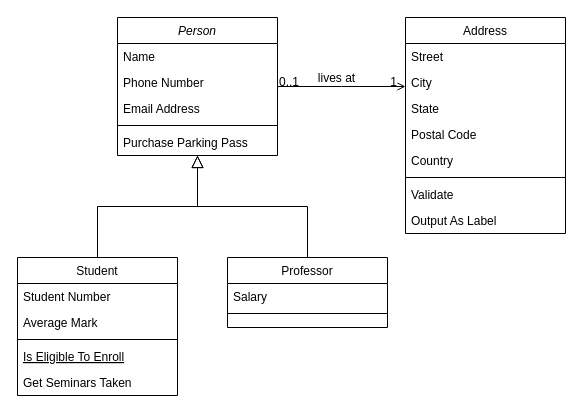
This is Diagramma senza titolo.drawio from FRANCO8724/Casino_Royale, a draw.io file, before an edit. Source tidied: cells renumbered, new cells numbered last; positions are measured from the earlier drawing's top-left corner, leaving out a move shared by most shapes. Both pictures are drawn from the tidied source at 100%, with x=0, y=0 at pixel (17, 17).
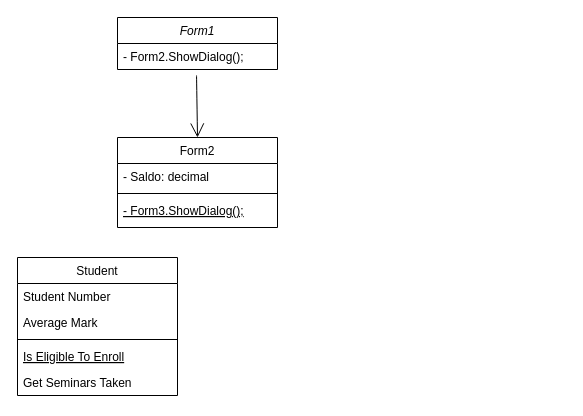
The same page after the edit.

The change refers to these unchanged cells:
```xml
<mxCell id="8" value="Student" style="swimlane;fontStyle=0;align=center;verticalAlign=top;horizontal=1;startSize=26;rounded=0;shadow=0;strokeWidth=1;" parent="1" vertex="1">
  <mxGeometry y="240" width="160" height="138" as="geometry" />
</mxCell>
```

The edit, as a diff of the source:
```diff
@@
-    <mxCell id="2" value="Person" style="swimlane;fontStyle=2;align=center;verticalAlign=top;horizontal=1;startSize=26;rounded=0;shadow=0;strokeWidth=1;" parent="1" vertex="1">
-      <mxGeometry x="100" width="160" height="138" as="geometry" />
+    <mxCell id="2" value="Form1" style="swimlane;fontStyle=2;align=center;verticalAlign=top;horizontal=1;startSize=26;rounded=0;shadow=0;strokeWidth=1;" parent="1" vertex="1">
+      <mxGeometry x="100" width="160" height="52" as="geometry" />
     </mxCell>
-    <mxCell id="3" value="Name" style="text;align=left;verticalAlign=top;spacingLeft=4;spacingRight=4;overflow=hidden;" parent="2" vertex="1">
-      <mxGeometry y="26" width="160" height="26" as="geometry" />
-    </mxCell>
-    <mxCell id="4" value="Phone Number" style="text;align=left;verticalAlign=top;spacingLeft=4;spacingRight=4;overflow=hidden;rounded=0;shadow=0;html=0;" parent="2" vertex="1">
-      <mxGeometry y="52" width="160" height="26" as="geometry" />
-    </mxCell>
-    <mxCell id="5" value="Email Address" style="text;align=left;verticalAlign=top;spacingLeft=4;spacingRight=4;overflow=hidden;rounded=0;shadow=0;html=0;" parent="2" vertex="1">
-      <mxGeometry y="78" width="160" height="26" as="geometry" />
-    </mxCell>
-    <mxCell id="6" style="line;html=1;strokeWidth=1;align=left;verticalAlign=middle;spacingTop=-1;spacingLeft=3;spacingRight=3;labelPosition=right;" parent="2" vertex="1">
-      <mxGeometry y="104" width="160" height="8" as="geometry" />
-    </mxCell>
-    <mxCell id="7" value="Purchase Parking Pass" style="text;align=left;verticalAlign=top;spacingLeft=4;spacingRight=4;overflow=hidden;points=[[0,0.5],[1,0.5]];portConstraint=eastwest;" parent="2" vertex="1">
-      <mxGeometry y="112" width="160" height="26" as="geometry" />
+    <mxCell id="7" value="- Form2.ShowDialog();" style="text;align=left;verticalAlign=top;spacingLeft=4;spacingRight=4;overflow=hidden;points=[[0,0.5],[1,0.5]];portConstraint=eastwest;" parent="2" vertex="1">
+      <mxGeometry y="26" width="160" height="26" as="geometry" />
     </mxCell>
@@
-    <mxCell id="14" style="endArrow=block;endSize=10;endFill=0;shadow=0;strokeWidth=1;rounded=0;curved=0;edgeStyle=elbowEdgeStyle;elbow=vertical;" parent="1" edge="1" source="8" target="2">
-      <mxGeometry relative="1" as="geometry" />
-    </mxCell>
-    <mxCell id="15" value="Professor" style="swimlane;fontStyle=0;align=center;verticalAlign=top;horizontal=1;startSize=26;rounded=0;shadow=0;strokeWidth=1;" parent="1" vertex="1">
-      <mxGeometry x="210" y="240" width="160" height="70" as="geometry" />
+    <mxCell id="15" value="Form2" style="swimlane;fontStyle=0;align=center;verticalAlign=top;horizontal=1;startSize=26;rounded=0;shadow=0;strokeWidth=1;" parent="1" vertex="1">
+      <mxGeometry x="100" y="120" width="160" height="90" as="geometry" />
     </mxCell>
-    <mxCell id="16" value="Salary" style="text;align=left;verticalAlign=top;spacingLeft=4;spacingRight=4;overflow=hidden;" parent="15" vertex="1">
+    <mxCell id="16" value="- Saldo: decimal" style="text;align=left;verticalAlign=top;spacingLeft=4;spacingRight=4;overflow=hidden;" parent="15" vertex="1">
       <mxGeometry y="26" width="160" height="26" as="geometry" />
     </mxCell>
@@
-    <mxCell id="18" style="endArrow=block;endSize=10;endFill=0;shadow=0;strokeWidth=1;rounded=0;curved=0;edgeStyle=elbowEdgeStyle;elbow=vertical;" parent="1" edge="1" source="15" target="2">
-      <mxGeometry relative="1" as="geometry" />
-    </mxCell>
-    <mxCell id="19" value="Address" style="swimlane;fontStyle=0;align=center;verticalAlign=top;horizontal=1;startSize=26;rounded=0;shadow=0;strokeWidth=1;" parent="1" vertex="1">
-      <mxGeometry x="388" width="160" height="216" as="geometry" />
-    </mxCell>
-    <mxCell id="20" value="Street" style="text;align=left;verticalAlign=top;spacingLeft=4;spacingRight=4;overflow=hidden;" parent="19" vertex="1">
-      <mxGeometry y="26" width="160" height="26" as="geometry" />
-    </mxCell>
-    <mxCell id="21" value="City" style="text;align=left;verticalAlign=top;spacingLeft=4;spacingRight=4;overflow=hidden;rounded=0;shadow=0;html=0;" parent="19" vertex="1">
-      <mxGeometry y="52" width="160" height="26" as="geometry" />
-    </mxCell>
-    <mxCell id="22" value="State" style="text;align=left;verticalAlign=top;spacingLeft=4;spacingRight=4;overflow=hidden;rounded=0;shadow=0;html=0;" parent="19" vertex="1">
-      <mxGeometry y="78" width="160" height="26" as="geometry" />
-    </mxCell>
-    <mxCell id="23" value="Postal Code" style="text;align=left;verticalAlign=top;spacingLeft=4;spacingRight=4;overflow=hidden;rounded=0;shadow=0;html=0;" parent="19" vertex="1">
-      <mxGeometry y="104" width="160" height="26" as="geometry" />
-    </mxCell>
-    <mxCell id="24" value="Country" style="text;align=left;verticalAlign=top;spacingLeft=4;spacingRight=4;overflow=hidden;rounded=0;shadow=0;html=0;" parent="19" vertex="1">
-      <mxGeometry y="130" width="160" height="26" as="geometry" />
-    </mxCell>
-    <mxCell id="25" style="line;html=1;strokeWidth=1;align=left;verticalAlign=middle;spacingTop=-1;spacingLeft=3;spacingRight=3;labelPosition=right;" parent="19" vertex="1">
-      <mxGeometry y="156" width="160" height="8" as="geometry" />
-    </mxCell>
-    <mxCell id="26" value="Validate" style="text;align=left;verticalAlign=top;spacingLeft=4;spacingRight=4;overflow=hidden;" parent="19" vertex="1">
-      <mxGeometry y="164" width="160" height="26" as="geometry" />
-    </mxCell>
-    <mxCell id="27" value="Output As Label" style="text;align=left;verticalAlign=top;spacingLeft=4;spacingRight=4;overflow=hidden;" parent="19" vertex="1">
-      <mxGeometry y="190" width="160" height="26" as="geometry" />
-    </mxCell>
-    <mxCell id="28" style="endArrow=open;shadow=0;strokeWidth=1;rounded=0;curved=0;endFill=1;edgeStyle=elbowEdgeStyle;elbow=vertical;" parent="1" edge="1" source="2" target="19">
-      <mxGeometry x="0.5" y="41" relative="1" as="geometry">
-        <mxPoint x="-40" y="32" as="offset" />
-      </mxGeometry>
-    </mxCell>
-    <mxCell id="29" value="0..1" style="align=left;verticalAlign=bottom;labelBackgroundColor=none;fontSize=12;" parent="28" vertex="1">
-      <mxGeometry x="-1" relative="1" as="geometry">
-        <mxPoint y="4" as="offset" />
-      </mxGeometry>
-    </mxCell>
-    <mxCell id="30" value="1" style="align=right;verticalAlign=bottom;labelBackgroundColor=none;fontSize=12;" parent="28" vertex="1">
-      <mxGeometry x="1" relative="1" as="geometry">
-        <mxPoint x="-7" y="4" as="offset" />
-      </mxGeometry>
-    </mxCell>
-    <mxCell id="31" value="lives at" style="text;html=1;align=center;verticalAlign=middle;labelBackgroundColor=none;rounded=0;shadow=0;strokeWidth=1;fontSize=12;" parent="28" vertex="1">
-      <mxGeometry x="0.5" y="49" relative="1" as="geometry">
-        <mxPoint x="-38" y="40" as="offset" />
-      </mxGeometry>
-    </mxCell>
+    <mxCell id="32" value="- Form3.ShowDialog();" style="text;align=left;verticalAlign=top;spacingLeft=4;spacingRight=4;overflow=hidden;fontStyle=4;" parent="15" vertex="1">
+      <mxGeometry y="60" width="160" height="26" as="geometry" />
+    </mxCell>
+    <mxCell id="33" style="endArrow=open;endFill=1;endSize=12;html=1;rounded=0;fontSize=12;curved=1;exitX=0.494;exitY=1.231;exitDx=0;exitDy=0;exitPerimeter=0;" parent="1" edge="1" source="7">
+      <mxGeometry relative="1" as="geometry">
+        <mxPoint x="180" y="120" as="targetPoint" />
+      </mxGeometry>
+    </mxCell>
```
